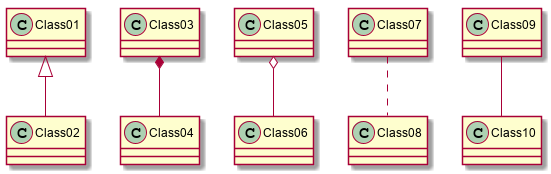
This is Sample  diagrams/Example/class_1.png from 03376808-OOAD/plantuml-diagram, a PlantUML export, as it was before one commit.
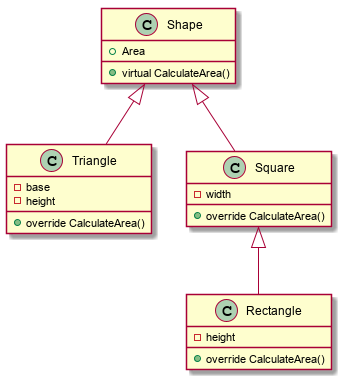
After the commit.

The edit, as a diff of the source:
```diff
@@ -1,7 +1,31 @@
 @startuml
-Class01 <|-- Class02
-Class03 *-- Class04
-Class05 o-- Class06
-Class07 .. Class08
-Class09 -- Class10
+
+class Shape
+{
+    + Area
+    + virtual CalculateArea()
+}
+
+class Triangle
+{
+    - base
+    - height
+    + override CalculateArea()
+}
+
+class Rectangle
+{
+    - height
+    + override CalculateArea()
+}
+
+class Square
+{
+     - width
+    + override CalculateArea()
+}
+
+Shape <|-- Triangle
+Shape <|-- Square
+Square <|-- Rectangle
 @enduml
```
